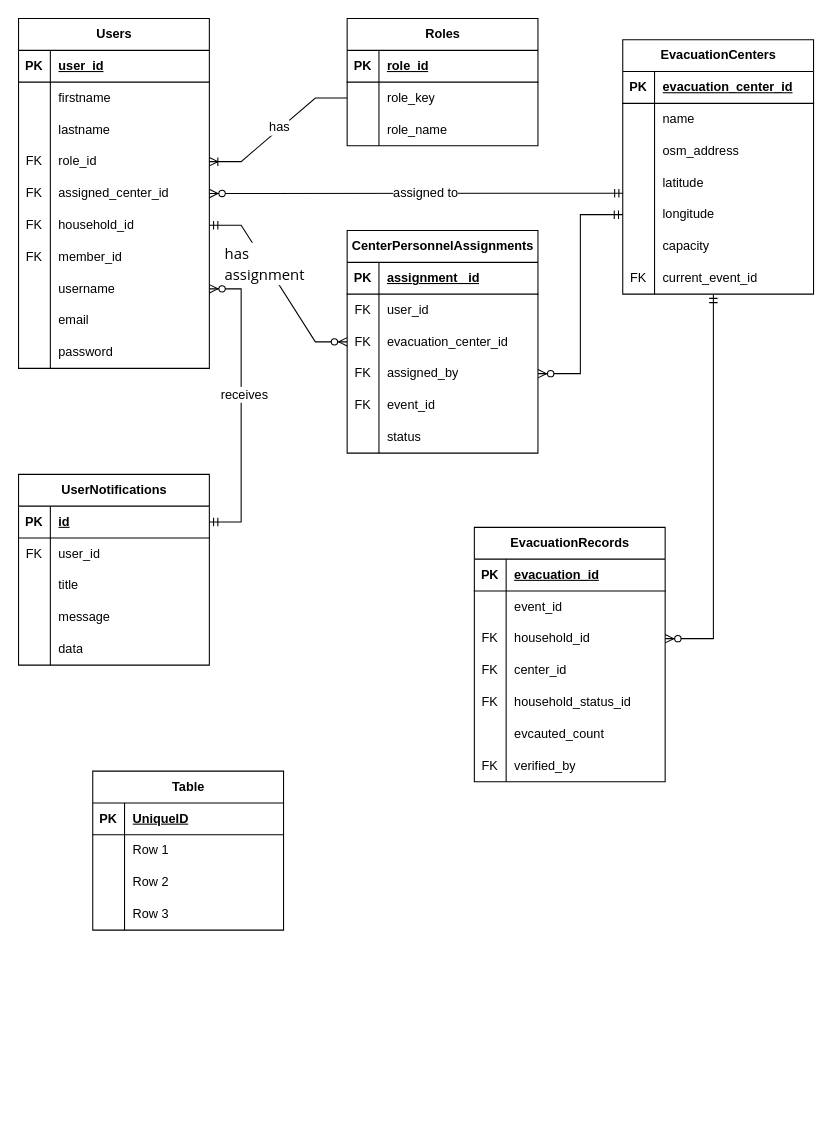
Above: page "ERD" (3 of 3) of docs/sys.drawio in klint-droid/EvaTrack (draw.io), before the change. Source tidied: cells renumbered, new cells numbered last; positions are measured from the earlier drawing's top-left corner, leaving out a move shared by most shapes. Both pictures are drawn from the tidied source at 106%, with x=0, y=0 at pixel (18, 18).
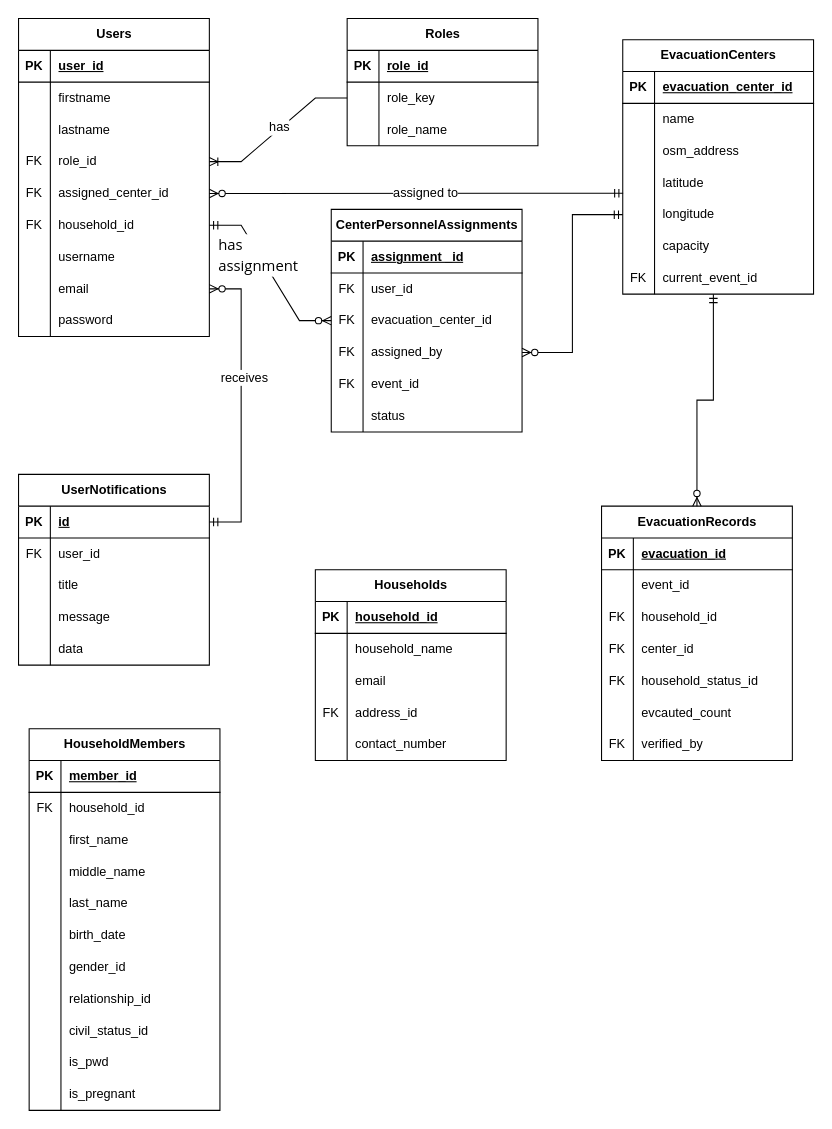
The same diagram, later.

Unchanged cells that the change refers to:
```xml
<mxCell id="65" style="shape=tableRow;horizontal=0;startSize=0;swimlaneHead=0;swimlaneBody=0;fillColor=none;points=[[0,0.5],[1,0.5]];portConstraint=eastwest;top=0;left=0;right=0;bottom=1;" parent="64" vertex="1">
  <mxGeometry y="30" width="180" height="30" as="geometry" />
</mxCell>
<mxCell id="103" style="shape=tableRow;horizontal=0;startSize=0;swimlaneHead=0;swimlaneBody=0;fillColor=none;points=[[0,0.5],[1,0.5]];portConstraint=eastwest;top=0;left=0;right=0;bottom=0;" parent="84" vertex="1">
  <mxGeometry y="210" width="180" height="30" as="geometry" />
</mxCell>
<mxCell id="116" style="shape=tableRow;horizontal=0;startSize=0;swimlaneHead=0;swimlaneBody=0;fillColor=none;points=[[0,0.5],[1,0.5]];portConstraint=eastwest;top=0;left=0;right=0;bottom=0;" parent="109" vertex="1">
  <mxGeometry y="90" width="180" height="30" as="geometry" />
</mxCell>
<mxCell id="133" style="shape=tableRow;horizontal=0;startSize=0;swimlaneHead=0;swimlaneBody=0;fillColor=none;top=0;left=0;right=0;bottom=1;" parent="132" vertex="1">
  <mxGeometry y="30" width="180" height="30" as="geometry" />
</mxCell>
<mxCell id="136" style="shape=tableRow;horizontal=0;startSize=0;swimlaneHead=0;swimlaneBody=0;fillColor=none;top=0;left=0;right=0;bottom=0;" parent="132" vertex="1">
  <mxGeometry y="60" width="180" height="30" as="geometry" />
</mxCell>
```

What changed in the source:
```diff
@@
     <mxCell id="2" value="Users" style="shape=table;startSize=30;childLayout=tableLayout;rowLines=0;fontStyle=1;align=center;html=1;" parent="1" vertex="1">
-      <mxGeometry width="180" height="330" as="geometry" />
+      <mxGeometry width="180" height="300" as="geometry" />
     </mxCell>
@@
-    <mxCell id="21" style="shape=tableRow;horizontal=0;startSize=0;swimlaneHead=0;swimlaneBody=0;fillColor=none;top=0;left=0;right=0;bottom=0;" parent="2" vertex="1">
-      <mxGeometry y="210" width="180" height="30" as="geometry" />
-    </mxCell>
-    <mxCell id="22" value="FK" style="shape=partialRectangle;fillColor=none;top=0;left=0;bottom=0;right=0;overflow=hidden;whiteSpace=wrap;html=1;" parent="21" vertex="1">
-      <mxGeometry width="30" height="30" as="geometry" />
-    </mxCell>
-    <mxCell id="23" value="member_id" style="shape=partialRectangle;fillColor=none;top=0;left=0;bottom=0;right=0;align=left;spacingLeft=6;overflow=hidden;whiteSpace=wrap;html=1;" parent="21" vertex="1">
-      <mxGeometry x="30" width="150" height="30" as="geometry" />
-    </mxCell>
     <mxCell id="24" style="shape=tableRow;horizontal=0;startSize=0;swimlaneHead=0;swimlaneBody=0;fillColor=none;points=[[0,0.5],[1,0.5]];portConstraint=eastwest;top=0;left=0;right=0;bottom=0;" parent="2" vertex="1">
-      <mxGeometry y="240" width="180" height="30" as="geometry" />
+      <mxGeometry y="210" width="180" height="30" as="geometry" />
     </mxCell>
@@
     <mxCell id="27" style="shape=tableRow;horizontal=0;startSize=0;swimlaneHead=0;swimlaneBody=0;fillColor=none;points=[[0,0.5],[1,0.5]];portConstraint=eastwest;top=0;left=0;right=0;bottom=0;" parent="2" vertex="1">
-      <mxGeometry y="270" width="180" height="30" as="geometry" />
+      <mxGeometry y="240" width="180" height="30" as="geometry" />
     </mxCell>
@@
     <mxCell id="30" style="shape=tableRow;horizontal=0;startSize=0;swimlaneHead=0;swimlaneBody=0;fillColor=none;top=0;left=0;right=0;bottom=0;" parent="2" vertex="1">
-      <mxGeometry y="300" width="180" height="30" as="geometry" />
+      <mxGeometry y="270" width="180" height="30" as="geometry" />
     </mxCell>
@@
     <mxCell id="45" value="CenterPersonnelAssignments" style="shape=table;startSize=30;childLayout=tableLayout;rowLines=0;fontStyle=1;align=center;html=1;" parent="1" vertex="1">
-      <mxGeometry x="310" y="200" width="180" height="210" as="geometry" />
+      <mxGeometry x="295" y="180" width="180" height="210" as="geometry" />
     </mxCell>
@@
-    <mxCell id="82" style="edgeStyle=entityRelationEdgeStyle;fontSize=12;html=1;endArrow=ERzeroToMany;startArrow=ERmandOne;rounded=0;defaultLabelBackgroundColor=page;labelPadding=0 4;entryX=1;entryY=0.5;entryDx=0;entryDy=0;exitX=1;exitY=0.5;exitDx=0;exitDy=0;" parent="1" edge="1" source="65" target="24">
-      <mxGeometry x="-0.05" relative="1" as="geometry" />
+    <mxCell id="82" style="edgeStyle=entityRelationEdgeStyle;fontSize=12;html=1;endArrow=ERzeroToMany;startArrow=ERmandOne;rounded=0;defaultLabelBackgroundColor=page;labelPadding=0 4;entryX=1;entryY=0.5;entryDx=0;entryDy=0;exitX=1;exitY=0.5;exitDx=0;exitDy=0;" parent="1" edge="1" source="65" target="27">
+      <mxGeometry x="0.05" relative="1" as="geometry" />
     </mxCell>
     <mxCell id="83" value="receives" style="edgeLabel;html=1;align=center;verticalAlign=middle;inheritText=1;fontSize=12;defaultLabelBackgroundColor=page;labelPadding=0 4;" parent="82" vertex="1">
-      <mxGeometry x="0.08" y="-2" relative="1" as="geometry" />
+      <mxGeometry x="0.19" y="-2" relative="1" as="geometry" />
     </mxCell>
@@
     <mxCell id="109" value="EvacuationRecords" style="shape=table;startSize=30;childLayout=tableLayout;rowLines=0;fontStyle=1;align=center;html=1;" parent="1" vertex="1">
-      <mxGeometry x="430" y="480" width="180" height="240" as="geometry" />
+      <mxGeometry x="550" y="460" width="180" height="240" as="geometry" />
     </mxCell>
@@
-    <mxCell id="131" style="fontSize=12;html=1;endArrow=ERzeroToMany;startArrow=ERmandOne;rounded=0;defaultLabelBackgroundColor=page;labelPadding=0 4;edgeStyle=orthogonalEdgeStyle;exitX=0.475;exitY=1;exitDx=0;exitDy=0;exitPerimeter=0;entryX=1;entryY=0.5;entryDx=0;entryDy=0;" parent="1" edge="1" source="103" target="116">
-      <mxGeometry x="0.14" relative="1" as="geometry">
-        <Array as="points">
-          <mxPoint x="655.5" y="585" />
-        </Array>
-      </mxGeometry>
+    <mxCell id="131" style="fontSize=12;html=1;endArrow=ERzeroToMany;startArrow=ERmandOne;rounded=0;defaultLabelBackgroundColor=page;labelPadding=0 4;edgeStyle=orthogonalEdgeStyle;exitX=0.475;exitY=1;exitDx=0;exitDy=0;exitPerimeter=0;entryX=0.5;entryY=0;entryDx=0;entryDy=0;" parent="1" edge="1" source="103" target="109">
+      <mxGeometry x="-0.27" relative="1" as="geometry" />
     </mxCell>
-    <mxCell id="132" value="Table" style="shape=table;startSize=30;childLayout=tableLayout;rowLines=0;fontStyle=1;align=center;html=1;" parent="1" vertex="1">
-      <mxGeometry x="70" y="710" width="180" height="150" as="geometry" />
+    <mxCell id="132" value="Households" style="shape=table;startSize=30;childLayout=tableLayout;rowLines=0;fontStyle=1;align=center;html=1;" parent="1" vertex="1">
+      <mxGeometry x="280" y="520" width="180" height="180" as="geometry" />
     </mxCell>
@@
-    <mxCell id="135" value="UniqueID" style="shape=partialRectangle;fillColor=none;top=0;left=0;bottom=0;right=0;align=left;spacingLeft=6;fontStyle=5;overflow=hidden;whiteSpace=wrap;html=1;" parent="133" vertex="1">
+    <mxCell id="135" value="household_id" style="shape=partialRectangle;fillColor=none;top=0;left=0;bottom=0;right=0;align=left;spacingLeft=6;fontStyle=5;overflow=hidden;whiteSpace=wrap;html=1;" parent="133" vertex="1">
       <mxGeometry x="30" width="150" height="30" as="geometry" />
     </mxCell>
@@
-    <mxCell id="138" value="Row 1" style="shape=partialRectangle;fillColor=none;top=0;left=0;bottom=0;right=0;align=left;spacingLeft=6;overflow=hidden;whiteSpace=wrap;html=1;" parent="136" vertex="1">
+    <mxCell id="138" value="household_name" style="shape=partialRectangle;fillColor=none;top=0;left=0;bottom=0;right=0;align=left;spacingLeft=6;overflow=hidden;whiteSpace=wrap;html=1;" parent="136" vertex="1">
       <mxGeometry x="30" width="150" height="30" as="geometry" />
     </mxCell>
+    <mxCell id="145" style="shape=tableRow;horizontal=0;startSize=0;swimlaneHead=0;swimlaneBody=0;fillColor=none;top=0;left=0;right=0;bottom=0;" parent="132" vertex="1">
+      <mxGeometry y="90" width="180" height="30" as="geometry" />
+    </mxCell>
+    <mxCell id="146" style="shape=partialRectangle;fillColor=none;top=0;left=0;bottom=0;right=0;overflow=hidden;whiteSpace=wrap;html=1;" parent="145" vertex="1">
+      <mxGeometry width="30" height="30" as="geometry" />
+    </mxCell>
+    <mxCell id="147" value="email" style="shape=partialRectangle;fillColor=none;top=0;left=0;bottom=0;right=0;align=left;spacingLeft=6;overflow=hidden;whiteSpace=wrap;html=1;" parent="145" vertex="1">
+      <mxGeometry x="30" width="150" height="30" as="geometry" />
+    </mxCell>
     <mxCell id="139" style="shape=tableRow;horizontal=0;startSize=0;swimlaneHead=0;swimlaneBody=0;fillColor=none;top=0;left=0;right=0;bottom=0;" parent="132" vertex="1">
-      <mxGeometry y="90" width="180" height="30" as="geometry" />
+      <mxGeometry y="120" width="180" height="30" as="geometry" />
     </mxCell>
-    <mxCell id="140" style="shape=partialRectangle;fillColor=none;top=0;left=0;bottom=0;right=0;overflow=hidden;whiteSpace=wrap;html=1;" parent="139" vertex="1">
+    <mxCell id="140" value="FK" style="shape=partialRectangle;fillColor=none;top=0;left=0;bottom=0;right=0;overflow=hidden;whiteSpace=wrap;html=1;" parent="139" vertex="1">
       <mxGeometry width="30" height="30" as="geometry" />
     </mxCell>
-    <mxCell id="141" value="Row 2" style="shape=partialRectangle;fillColor=none;top=0;left=0;bottom=0;right=0;align=left;spacingLeft=6;overflow=hidden;whiteSpace=wrap;html=1;" parent="139" vertex="1">
+    <mxCell id="141" value="address_id" style="shape=partialRectangle;fillColor=none;top=0;left=0;bottom=0;right=0;align=left;spacingLeft=6;overflow=hidden;whiteSpace=wrap;html=1;" parent="139" vertex="1">
       <mxGeometry x="30" width="150" height="30" as="geometry" />
     </mxCell>
     <mxCell id="142" style="shape=tableRow;horizontal=0;startSize=0;swimlaneHead=0;swimlaneBody=0;fillColor=none;top=0;left=0;right=0;bottom=0;" parent="132" vertex="1">
-      <mxGeometry y="120" width="180" height="30" as="geometry" />
+      <mxGeometry y="150" width="180" height="30" as="geometry" />
     </mxCell>
@@
-    <mxCell id="144" value="Row 3" style="shape=partialRectangle;fillColor=none;top=0;left=0;bottom=0;right=0;align=left;spacingLeft=6;overflow=hidden;whiteSpace=wrap;html=1;" parent="142" vertex="1">
+    <mxCell id="144" value="contact_number" style="shape=partialRectangle;fillColor=none;top=0;left=0;bottom=0;right=0;align=left;spacingLeft=6;overflow=hidden;whiteSpace=wrap;html=1;" parent="142" vertex="1">
       <mxGeometry x="30" width="150" height="30" as="geometry" />
     </mxCell>
+    <mxCell id="148" value="HouseholdMembers" style="shape=table;startSize=30;childLayout=tableLayout;rowLines=0;fontStyle=1;align=center;html=1;" parent="1" vertex="1">
+      <mxGeometry x="10" y="670" width="180" height="360" as="geometry" />
+    </mxCell>
+    <mxCell id="149" style="shape=tableRow;horizontal=0;startSize=0;swimlaneHead=0;swimlaneBody=0;fillColor=none;top=0;left=0;right=0;bottom=1;" parent="148" vertex="1">
+      <mxGeometry y="30" width="180" height="30" as="geometry" />
+    </mxCell>
+    <mxCell id="150" value="PK" style="shape=partialRectangle;fillColor=none;top=0;left=0;bottom=0;right=0;fontStyle=1;overflow=hidden;whiteSpace=wrap;html=1;" parent="149" vertex="1">
+      <mxGeometry width="30" height="30" as="geometry" />
+    </mxCell>
+    <mxCell id="23" value="member_id" style="shape=partialRectangle;fillColor=none;top=0;left=0;bottom=0;right=0;align=left;spacingLeft=6;fontStyle=5;overflow=hidden;whiteSpace=wrap;html=1;" parent="149" vertex="1">
+      <mxGeometry x="30" width="150" height="30" as="geometry" />
+    </mxCell>
+    <mxCell id="151" style="shape=tableRow;horizontal=0;startSize=0;swimlaneHead=0;swimlaneBody=0;fillColor=none;top=0;left=0;right=0;bottom=0;" parent="148" vertex="1">
+      <mxGeometry y="60" width="180" height="30" as="geometry" />
+    </mxCell>
+    <mxCell id="22" value="FK" style="shape=partialRectangle;fillColor=none;top=0;left=0;bottom=0;right=0;overflow=hidden;whiteSpace=wrap;html=1;" parent="151" vertex="1">
+      <mxGeometry width="30" height="30" as="geometry" />
+    </mxCell>
+    <mxCell id="152" value="household_id" style="shape=partialRectangle;fillColor=none;top=0;left=0;bottom=0;right=0;align=left;spacingLeft=6;overflow=hidden;whiteSpace=wrap;html=1;" parent="151" vertex="1">
+      <mxGeometry x="30" width="150" height="30" as="geometry" />
+    </mxCell>
+    <mxCell id="153" style="shape=tableRow;horizontal=0;startSize=0;swimlaneHead=0;swimlaneBody=0;fillColor=none;top=0;left=0;right=0;bottom=0;" parent="148" vertex="1">
+      <mxGeometry y="90" width="180" height="30" as="geometry" />
+    </mxCell>
+    <mxCell id="154" style="shape=partialRectangle;fillColor=none;top=0;left=0;bottom=0;right=0;overflow=hidden;whiteSpace=wrap;html=1;" parent="153" vertex="1">
+      <mxGeometry width="30" height="30" as="geometry" />
+    </mxCell>
+    <mxCell id="155" value="first_name" style="shape=partialRectangle;fillColor=none;top=0;left=0;bottom=0;right=0;align=left;spacingLeft=6;overflow=hidden;whiteSpace=wrap;html=1;" parent="153" vertex="1">
+      <mxGeometry x="30" width="150" height="30" as="geometry" />
+    </mxCell>
+    <mxCell id="156" style="shape=tableRow;horizontal=0;startSize=0;swimlaneHead=0;swimlaneBody=0;fillColor=none;top=0;left=0;right=0;bottom=0;" parent="148" vertex="1">
+      <mxGeometry y="120" width="180" height="30" as="geometry" />
+    </mxCell>
+    <mxCell id="157" style="shape=partialRectangle;fillColor=none;top=0;left=0;bottom=0;right=0;overflow=hidden;whiteSpace=wrap;html=1;" parent="156" vertex="1">
+      <mxGeometry width="30" height="30" as="geometry" />
+    </mxCell>
+    <mxCell id="158" value="middle_name" style="shape=partialRectangle;fillColor=none;top=0;left=0;bottom=0;right=0;align=left;spacingLeft=6;overflow=hidden;whiteSpace=wrap;html=1;" parent="156" vertex="1">
+      <mxGeometry x="30" width="150" height="30" as="geometry" />
+    </mxCell>
+    <mxCell id="159" style="shape=tableRow;horizontal=0;startSize=0;swimlaneHead=0;swimlaneBody=0;fillColor=none;top=0;left=0;right=0;bottom=0;" parent="148" vertex="1">
+      <mxGeometry y="150" width="180" height="30" as="geometry" />
+    </mxCell>
+    <mxCell id="160" style="shape=partialRectangle;fillColor=none;top=0;left=0;bottom=0;right=0;overflow=hidden;whiteSpace=wrap;html=1;" parent="159" vertex="1">
+      <mxGeometry width="30" height="30" as="geometry" />
+    </mxCell>
+    <mxCell id="161" value="last_name" style="shape=partialRectangle;fillColor=none;top=0;left=0;bottom=0;right=0;align=left;spacingLeft=6;overflow=hidden;whiteSpace=wrap;html=1;" parent="159" vertex="1">
+      <mxGeometry x="30" width="150" height="30" as="geometry" />
+    </mxCell>
+    <mxCell id="162" style="shape=tableRow;horizontal=0;startSize=0;swimlaneHead=0;swimlaneBody=0;fillColor=none;top=0;left=0;right=0;bottom=0;" parent="148" vertex="1">
+      <mxGeometry y="180" width="180" height="30" as="geometry" />
+    </mxCell>
+    <mxCell id="163" style="shape=partialRectangle;fillColor=none;top=0;left=0;bottom=0;right=0;overflow=hidden;whiteSpace=wrap;html=1;" parent="162" vertex="1">
+      <mxGeometry width="30" height="30" as="geometry" />
+    </mxCell>
+    <mxCell id="164" value="birth_date" style="shape=partialRectangle;fillColor=none;top=0;left=0;bottom=0;right=0;align=left;spacingLeft=6;overflow=hidden;whiteSpace=wrap;html=1;" parent="162" vertex="1">
+      <mxGeometry x="30" width="150" height="30" as="geometry" />
+    </mxCell>
+    <mxCell id="21" style="shape=tableRow;horizontal=0;startSize=0;swimlaneHead=0;swimlaneBody=0;fillColor=none;top=0;left=0;right=0;bottom=0;" parent="148" vertex="1">
+      <mxGeometry y="210" width="180" height="30" as="geometry" />
+    </mxCell>
+    <mxCell id="165" style="shape=partialRectangle;fillColor=none;top=0;left=0;bottom=0;right=0;overflow=hidden;whiteSpace=wrap;html=1;" parent="21" vertex="1">
+      <mxGeometry width="30" height="30" as="geometry" />
+    </mxCell>
+    <mxCell id="166" value="gender_id" style="shape=partialRectangle;fillColor=none;top=0;left=0;bottom=0;right=0;align=left;spacingLeft=6;overflow=hidden;whiteSpace=wrap;html=1;" parent="21" vertex="1">
+      <mxGeometry x="30" width="150" height="30" as="geometry" />
+    </mxCell>
+    <mxCell id="167" style="shape=tableRow;horizontal=0;startSize=0;swimlaneHead=0;swimlaneBody=0;fillColor=none;top=0;left=0;right=0;bottom=0;" parent="148" vertex="1">
+      <mxGeometry y="240" width="180" height="30" as="geometry" />
+    </mxCell>
+    <mxCell id="168" style="shape=partialRectangle;fillColor=none;top=0;left=0;bottom=0;right=0;overflow=hidden;whiteSpace=wrap;html=1;" parent="167" vertex="1">
+      <mxGeometry width="30" height="30" as="geometry" />
+    </mxCell>
+    <mxCell id="169" value="relationship_id" style="shape=partialRectangle;fillColor=none;top=0;left=0;bottom=0;right=0;align=left;spacingLeft=6;overflow=hidden;whiteSpace=wrap;html=1;" parent="167" vertex="1">
+      <mxGeometry x="30" width="150" height="30" as="geometry" />
+    </mxCell>
+    <mxCell id="170" style="shape=tableRow;horizontal=0;startSize=0;swimlaneHead=0;swimlaneBody=0;fillColor=none;top=0;left=0;right=0;bottom=0;" parent="148" vertex="1">
+      <mxGeometry y="270" width="180" height="30" as="geometry" />
+    </mxCell>
+    <mxCell id="171" style="shape=partialRectangle;fillColor=none;top=0;left=0;bottom=0;right=0;overflow=hidden;whiteSpace=wrap;html=1;" parent="170" vertex="1">
+      <mxGeometry width="30" height="30" as="geometry" />
+    </mxCell>
+    <mxCell id="172" value="civil_status_id" style="shape=partialRectangle;fillColor=none;top=0;left=0;bottom=0;right=0;align=left;spacingLeft=6;overflow=hidden;whiteSpace=wrap;html=1;" parent="170" vertex="1">
+      <mxGeometry x="30" width="150" height="30" as="geometry" />
+    </mxCell>
+    <mxCell id="173" style="shape=tableRow;horizontal=0;startSize=0;swimlaneHead=0;swimlaneBody=0;fillColor=none;top=0;left=0;right=0;bottom=0;" parent="148" vertex="1">
+      <mxGeometry y="300" width="180" height="30" as="geometry" />
+    </mxCell>
+    <mxCell id="174" style="shape=partialRectangle;fillColor=none;top=0;left=0;bottom=0;right=0;overflow=hidden;whiteSpace=wrap;html=1;" parent="173" vertex="1">
+      <mxGeometry width="30" height="30" as="geometry" />
+    </mxCell>
+    <mxCell id="175" value="is_pwd" style="shape=partialRectangle;fillColor=none;top=0;left=0;bottom=0;right=0;align=left;spacingLeft=6;overflow=hidden;whiteSpace=wrap;html=1;" parent="173" vertex="1">
+      <mxGeometry x="30" width="150" height="30" as="geometry" />
+    </mxCell>
+    <mxCell id="176" style="shape=tableRow;horizontal=0;startSize=0;swimlaneHead=0;swimlaneBody=0;fillColor=none;top=0;left=0;right=0;bottom=0;" parent="148" vertex="1">
+      <mxGeometry y="330" width="180" height="30" as="geometry" />
+    </mxCell>
+    <mxCell id="177" style="shape=partialRectangle;fillColor=none;top=0;left=0;bottom=0;right=0;overflow=hidden;whiteSpace=wrap;html=1;" parent="176" vertex="1">
+      <mxGeometry width="30" height="30" as="geometry" />
+    </mxCell>
+    <mxCell id="178" value="is_pregnant" style="shape=partialRectangle;fillColor=none;top=0;left=0;bottom=0;right=0;align=left;spacingLeft=6;overflow=hidden;whiteSpace=wrap;html=1;" parent="176" vertex="1">
+      <mxGeometry x="30" width="150" height="30" as="geometry" />
+    </mxCell>
```
